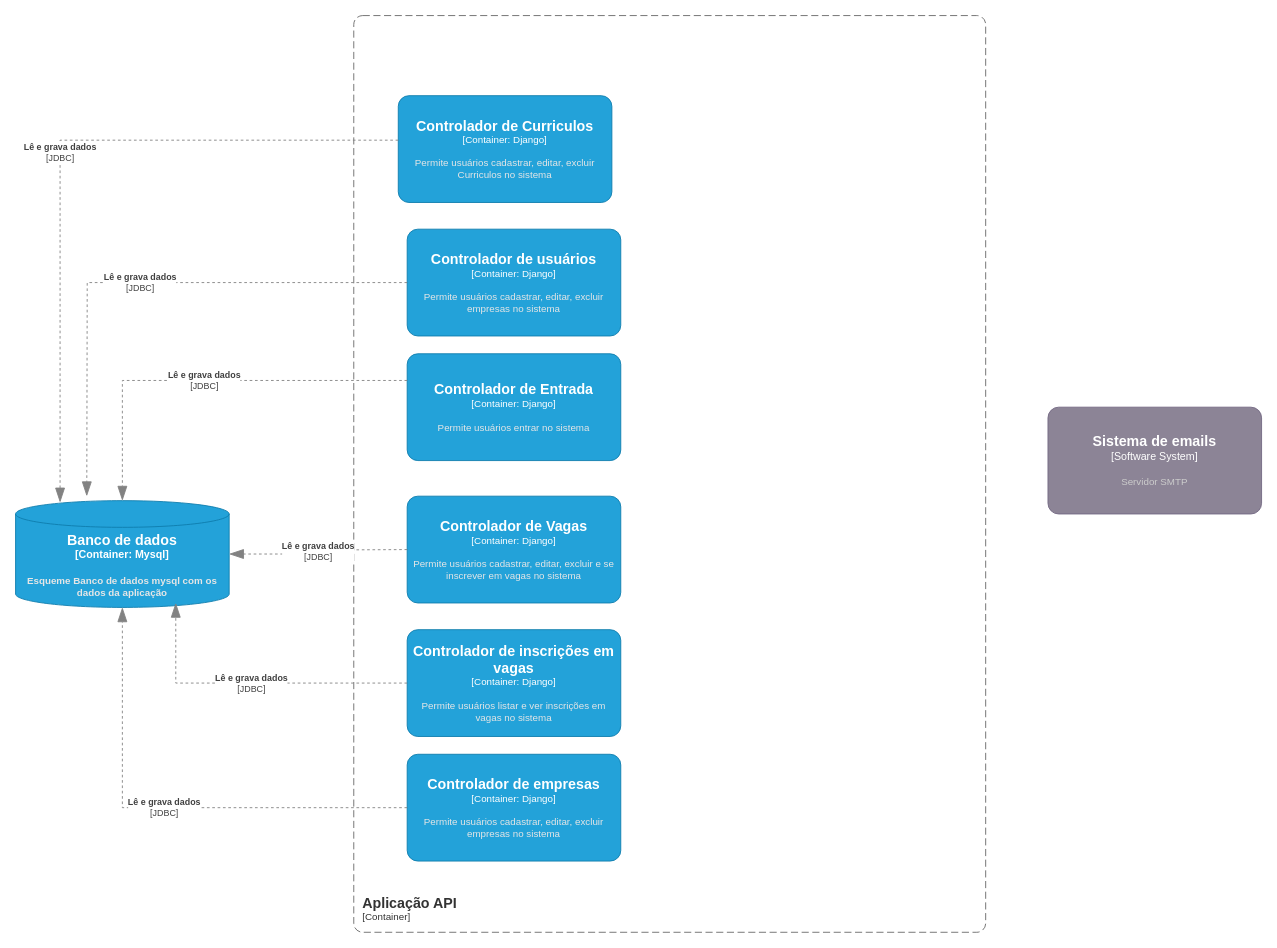
Above: page "C4_componente" (3 of 4) of Diagrama_Casos_De_uso/Diagrama sem nome.drawio in eribaru/erijobs (draw.io), before the change. Source tidied: cells renumbered, new cells numbered last; positions are measured from the earlier drawing's top-left corner, leaving out a move shared by most shapes. Both pictures are drawn from the tidied source at 89%, with x=0, y=0 at pixel (15, 15).
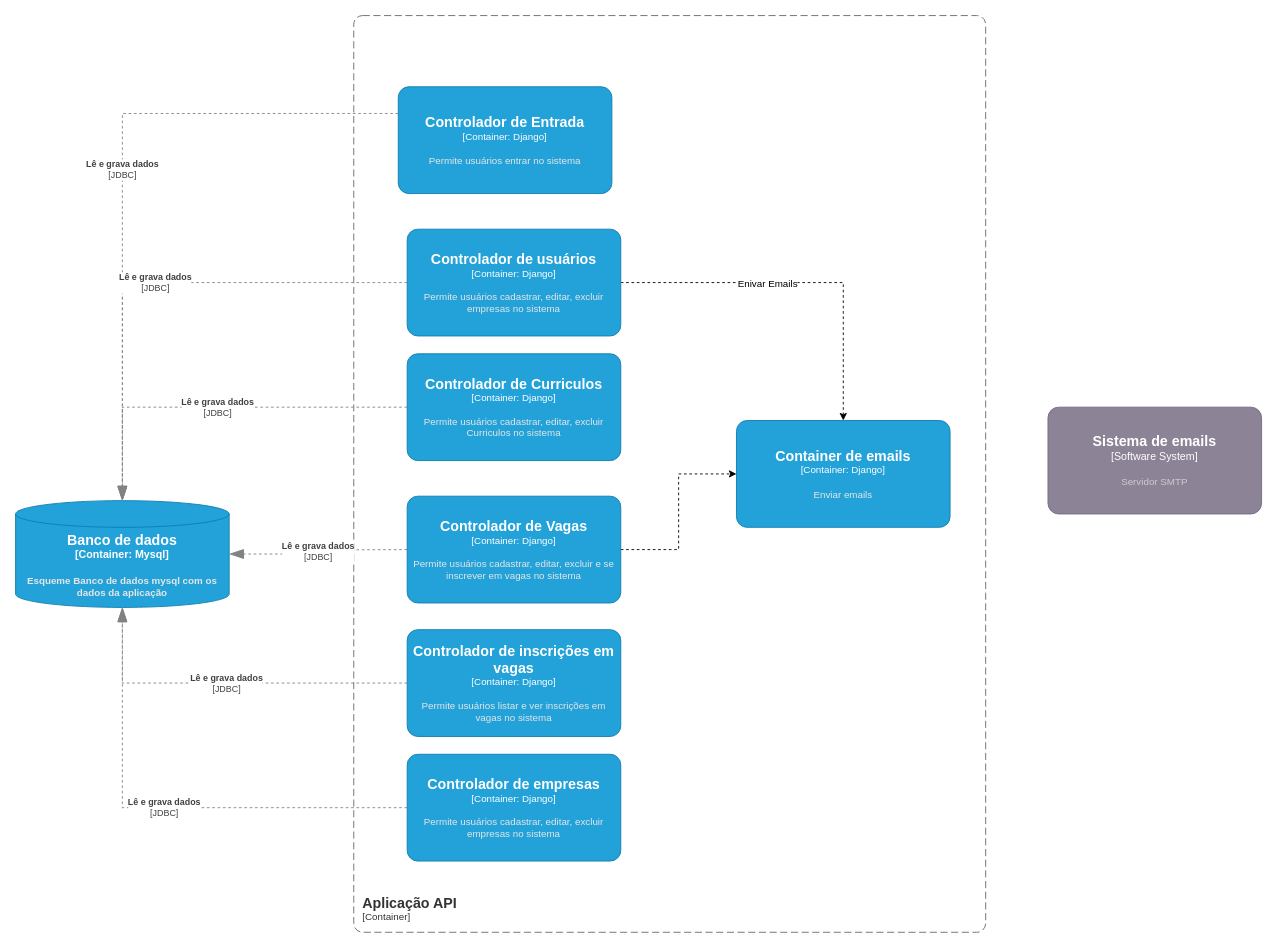
After the change.

Unchanged cells that the change refers to:
```xml
<object id="5" label="&lt;font style=&quot;font-size: 16px&quot;&gt;&lt;b&gt;%c4Name%&lt;/b&gt;&lt;/font&gt;&lt;div&gt;[%c4Type%: %c4Technology%]&lt;/div&gt;&lt;br&gt;&lt;div&gt;&lt;font style=&quot;font-size: 11px&quot;&gt;&lt;font color=&quot;#E6E6E6&quot;&gt;%c4Description%&lt;/font&gt;&lt;/div&gt;" c4Description="Permite usuários cadastrar, editar, excluir e se inscrever em vagas no sistema" c4Name="Controlador de Vagas" c4Technology="Django" c4Type="Container" placeholders="1">
  <mxCell style="rounded=1;whiteSpace=wrap;html=1;fontSize=11;labelBackgroundColor=none;fillColor=#23A2D9;fontColor=#ffffff;align=center;arcSize=10;strokeColor=#0E7DAD;points=[[0.25,0,0],[0.5,0,0],[0.75,0,0],[1,0.25,0],[1,0.5,0],[1,0.75,0],[0.75,1,0],[0.5,1,0],[0.25,1,0],[0,0.75,0],[0,0.5,0],[0,0.25,0]];shadow=0;glass=0;sketch=0;" parent="1" vertex="1">
    <mxGeometry x="440" y="540" width="240" height="120" as="geometry" />
  </mxCell>
</object>
<object id="7" label="&lt;font style=&quot;font-size: 16px&quot;&gt;&lt;b&gt;%c4Name%&lt;/b&gt;&lt;/font&gt;&lt;div&gt;[%c4Type%: %c4Technology%]&lt;/div&gt;&lt;br&gt;&lt;div&gt;&lt;font style=&quot;font-size: 11px&quot;&gt;&lt;font color=&quot;#E6E6E6&quot;&gt;%c4Description%&lt;/font&gt;&lt;/div&gt;" c4Description="Permite usuários cadastrar, editar, excluir empresas no sistema" c4Name="Controlador de empresas " c4Technology="Django" c4Type="Container" placeholders="1">
  <mxCell style="rounded=1;whiteSpace=wrap;html=1;fontSize=11;labelBackgroundColor=none;fillColor=#23A2D9;fontColor=#ffffff;align=center;arcSize=10;strokeColor=#0E7DAD;points=[[0.25,0,0],[0.5,0,0],[0.75,0,0],[1,0.25,0],[1,0.5,0],[1,0.75,0],[0.75,1,0],[0.5,1,0],[0.25,1,0],[0,0.75,0],[0,0.5,0],[0,0.25,0]];shadow=0;glass=0;sketch=0;" parent="1" vertex="1">
    <mxGeometry x="440" y="830" width="240" height="120" as="geometry" />
  </mxCell>
</object>
<object id="8" label="&lt;font style=&quot;font-size: 16px&quot;&gt;&lt;b&gt;%c4Name%&lt;/b&gt;&lt;/font&gt;&lt;div&gt;[%c4Type%: %c4Technology%]&lt;/div&gt;&lt;br&gt;&lt;div&gt;&lt;font style=&quot;font-size: 11px&quot;&gt;&lt;font color=&quot;#E6E6E6&quot;&gt;%c4Description%&lt;/font&gt;&lt;/div&gt;" c4Description="Permite usuários cadastrar, editar, excluir empresas no sistema" c4Name="Controlador de usuários" c4Technology="Django" c4Type="Container" placeholders="1">
  <mxCell style="rounded=1;whiteSpace=wrap;html=1;fontSize=11;labelBackgroundColor=none;fillColor=#23A2D9;fontColor=#ffffff;align=center;arcSize=10;strokeColor=#0E7DAD;points=[[0.25,0,0],[0.5,0,0],[0.75,0,0],[1,0.25,0],[1,0.5,0],[1,0.75,0],[0.75,1,0],[0.5,1,0],[0.25,1,0],[0,0.75,0],[0,0.5,0],[0,0.25,0]];shadow=0;glass=0;sketch=0;" parent="1" vertex="1">
    <mxGeometry x="440" y="240" width="240" height="120" as="geometry" />
  </mxCell>
</object>
<object id="9" label="&lt;font style=&quot;font-size: 16px&quot;&gt;&lt;b&gt;%c4Name%&lt;/b&gt;&lt;/font&gt;&lt;div&gt;[%c4Type%: %c4Technology%]&lt;/div&gt;&lt;br&gt;&lt;div&gt;&lt;font style=&quot;font-size: 11px&quot;&gt;&lt;font color=&quot;#E6E6E6&quot;&gt;%c4Description%&lt;/font&gt;&lt;/div&gt;" c4Description="Permite usuários listar e ver inscrições em vagas no sistema" c4Name="Controlador de inscrições em vagas" c4Technology="Django" c4Type="Container" placeholders="1">
  <mxCell style="rounded=1;whiteSpace=wrap;html=1;fontSize=11;labelBackgroundColor=none;fillColor=#23A2D9;fontColor=#ffffff;align=center;arcSize=10;strokeColor=#0E7DAD;points=[[0.25,0,0],[0.5,0,0],[0.75,0,0],[1,0.25,0],[1,0.5,0],[1,0.75,0],[0.75,1,0],[0.5,1,0],[0.25,1,0],[0,0.75,0],[0,0.5,0],[0,0.25,0]];shadow=0;glass=0;sketch=0;" parent="1" vertex="1">
    <mxGeometry x="440" y="690" width="240" height="120" as="geometry" />
  </mxCell>
</object>
<object id="10" label="&lt;font style=&quot;font-size: 16px&quot;&gt;&lt;b&gt;%c4Type%&lt;/font&gt;&lt;div&gt;[%c4Container%:&amp;nbsp;%c4Technology%]&lt;/div&gt;&lt;br&gt;&lt;div&gt;&lt;font style=&quot;font-size: 11px&quot;&gt;&lt;font color=&quot;#E6E6E6&quot;&gt;%c4Description%&lt;/font&gt;&lt;/div&gt;" c4Container="Container" c4Description="Esqueme Banco de dados mysql com os dados da aplicação" c4Technology="Mysql" c4Type="Banco de dados" placeholders="1">
  <mxCell style="shape=cylinder3;size=15;whiteSpace=wrap;html=1;boundedLbl=1;rounded=0;labelBackgroundColor=none;fillColor=#23A2D9;fontSize=12;fontColor=#ffffff;align=center;strokeColor=#0E7DAD;points=[[0.5,0,0],[1,0.25,0],[1,0.5,0],[1,0.75,0],[0.5,1,0],[0,0.75,0],[0,0.5,0],[0,0.25,0]];" parent="1" vertex="1">
    <mxGeometry y="545" width="240" height="120" as="geometry" />
  </mxCell>
</object>
```

The edit, as a diff of the source:
```diff
@@
     <object id="4" label="&lt;font style=&quot;font-size: 16px&quot;&gt;&lt;b&gt;%c4Name%&lt;/b&gt;&lt;/font&gt;&lt;div&gt;[%c4Type%: %c4Technology%]&lt;/div&gt;&lt;br&gt;&lt;div&gt;&lt;font style=&quot;font-size: 11px&quot;&gt;&lt;font color=&quot;#E6E6E6&quot;&gt;%c4Description%&lt;/font&gt;&lt;/div&gt;" c4Description="Permite usuários entrar no sistema" c4Name="Controlador de Entrada" c4Technology="Django" c4Type="Container" placeholders="1">
       <mxCell style="rounded=1;whiteSpace=wrap;html=1;fontSize=11;labelBackgroundColor=none;fillColor=#23A2D9;fontColor=#ffffff;align=center;arcSize=10;strokeColor=#0E7DAD;points=[[0.25,0,0],[0.5,0,0],[0.75,0,0],[1,0.25,0],[1,0.5,0],[1,0.75,0],[0.75,1,0],[0.5,1,0],[0.25,1,0],[0,0.75,0],[0,0.5,0],[0,0.25,0]];shadow=0;glass=0;sketch=0;" parent="1" vertex="1">
-        <mxGeometry x="440" y="380" width="240" height="120" as="geometry" />
+        <mxGeometry x="430" y="80" width="240" height="120" as="geometry" />
       </mxCell>
     </object>
+    <mxCell id="17" style="edgeStyle=orthogonalEdgeStyle;rounded=0;jettySize=auto;html=1;entryX=0;entryY=0.5;entryDx=0;entryDy=0;entryPerimeter=0;dashed=1;strokeColor=default;" parent="1" edge="1" source="5" target="20">
+      <mxGeometry relative="1" as="geometry" />
+    </mxCell>
@@
     <object id="6" label="&lt;font style=&quot;font-size: 16px&quot;&gt;&lt;b&gt;%c4Name%&lt;/b&gt;&lt;/font&gt;&lt;div&gt;[%c4Type%: %c4Technology%]&lt;/div&gt;&lt;br&gt;&lt;div&gt;&lt;font style=&quot;font-size: 11px&quot;&gt;&lt;font color=&quot;#E6E6E6&quot;&gt;%c4Description%&lt;/font&gt;&lt;/div&gt;" c4Description="Permite usuários cadastrar, editar, excluir Curriculos no sistema" c4Name="Controlador de Curriculos" c4Technology="Django" c4Type="Container" placeholders="1">
       <mxCell style="rounded=1;whiteSpace=wrap;html=1;fontSize=11;labelBackgroundColor=none;fillColor=#23A2D9;fontColor=#ffffff;align=center;arcSize=10;strokeColor=#0E7DAD;points=[[0.25,0,0],[0.5,0,0],[0.75,0,0],[1,0.25,0],[1,0.5,0],[1,0.75,0],[0.75,1,0],[0.5,1,0],[0.25,1,0],[0,0.75,0],[0,0.5,0],[0,0.25,0]];shadow=0;glass=0;sketch=0;" parent="1" vertex="1">
-        <mxGeometry x="430" y="90" width="240" height="120" as="geometry" />
+        <mxGeometry x="440" y="380" width="240" height="120" as="geometry" />
       </mxCell>
     </object>
@@
+    <mxCell id="18" style="edgeStyle=orthogonalEdgeStyle;rounded=0;jettySize=auto;html=1;dashed=1;strokeColor=default;" parent="1" edge="1" source="8" target="20">
+      <mxGeometry relative="1" as="geometry" />
+    </mxCell>
+    <mxCell id="19" value="Enivar Emails" style="edgeLabel;html=1;align=center;verticalAlign=middle;" parent="18" vertex="1">
+      <mxGeometry x="-0.19" relative="1" as="geometry">
+        <mxPoint y="1" as="offset" />
+      </mxGeometry>
+    </mxCell>
@@
     <object id="11" label="&lt;div style=&quot;text-align: left&quot;&gt;&lt;div style=&quot;text-align: center&quot;&gt;&lt;b&gt;%c4Description%&lt;/b&gt;&lt;/div&gt;&lt;div style=&quot;text-align: center&quot;&gt;[%c4Technology%]&lt;/div&gt;&lt;/div&gt;" c4Description="Lê e grava dados" c4Technology="JDBC" placeholders="1">
-      <mxCell style="endArrow=blockThin;html=1;fontSize=10;fontColor=#404040;strokeWidth=1;endFill=1;strokeColor=#828282;elbow=vertical;endSize=14;startSize=14;jumpStyle=arc;jumpSize=16;rounded=0;edgeStyle=orthogonalEdgeStyle;dashed=1;" parent="1" edge="1" source="6">
+      <mxCell style="endArrow=blockThin;html=1;fontSize=10;fontColor=#404040;strokeWidth=1;endFill=1;strokeColor=#828282;elbow=vertical;endSize=14;startSize=14;jumpStyle=arc;jumpSize=16;rounded=0;edgeStyle=orthogonalEdgeStyle;dashed=1;entryX=0.5;entryY=0;entryDx=0;entryDy=0;entryPerimeter=0;" parent="1" edge="1" source="6" target="10">
         <mxGeometry relative="1" as="geometry">
-          <mxPoint x="50" y="547" as="targetPoint" />
           <Array as="points">
-            <mxPoint x="50" y="140" />
-            <mxPoint x="50" y="547" />
+            <mxPoint x="120" y="440" />
           </Array>
         </mxGeometry>
       </mxCell>
     </object>
@@
     <object id="13" label="&lt;div style=&quot;text-align: left&quot;&gt;&lt;div style=&quot;text-align: center&quot;&gt;&lt;b&gt;%c4Description%&lt;/b&gt;&lt;/div&gt;&lt;div style=&quot;text-align: center&quot;&gt;[%c4Technology%]&lt;/div&gt;&lt;/div&gt;" c4Description="Lê e grava dados" c4Technology="JDBC" placeholders="1">
-      <mxCell style="endArrow=blockThin;html=1;fontSize=10;fontColor=#404040;strokeWidth=1;endFill=1;strokeColor=#828282;elbow=vertical;endSize=14;startSize=14;jumpStyle=arc;jumpSize=16;rounded=0;edgeStyle=orthogonalEdgeStyle;dashed=1;" parent="1" edge="1" source="8">
-        <mxGeometry relative="1" as="geometry">
-          <mxPoint x="80" y="540" as="targetPoint" />
-        </mxGeometry>
+      <mxCell style="endArrow=blockThin;html=1;fontSize=10;fontColor=#404040;strokeWidth=1;endFill=1;strokeColor=#828282;elbow=vertical;endSize=14;startSize=14;jumpStyle=arc;jumpSize=16;rounded=0;edgeStyle=orthogonalEdgeStyle;dashed=1;" parent="1" edge="1" source="8" target="10">
+        <mxGeometry relative="1" as="geometry" />
       </mxCell>
     </object>
     <object id="14" label="&lt;div style=&quot;text-align: left&quot;&gt;&lt;div style=&quot;text-align: center&quot;&gt;&lt;b&gt;%c4Description%&lt;/b&gt;&lt;/div&gt;&lt;div style=&quot;text-align: center&quot;&gt;[%c4Technology%]&lt;/div&gt;&lt;/div&gt;" c4Description="Lê e grava dados" c4Technology="JDBC" placeholders="1">
-      <mxCell style="endArrow=blockThin;html=1;fontSize=10;fontColor=#404040;strokeWidth=1;endFill=1;strokeColor=#828282;elbow=vertical;endSize=14;startSize=14;jumpStyle=arc;jumpSize=16;rounded=0;edgeStyle=orthogonalEdgeStyle;dashed=1;exitX=0;exitY=0.5;exitDx=0;exitDy=0;exitPerimeter=0;entryX=0.75;entryY=0.958;entryDx=0;entryDy=0;entryPerimeter=0;" parent="1" edge="1" source="9" target="10">
-        <mxGeometry relative="1" as="geometry" />
+      <mxCell style="endArrow=blockThin;html=1;fontSize=10;fontColor=#404040;strokeWidth=1;endFill=1;strokeColor=#828282;elbow=vertical;endSize=14;startSize=14;jumpStyle=arc;jumpSize=16;rounded=0;edgeStyle=orthogonalEdgeStyle;dashed=1;exitX=0;exitY=0.5;exitDx=0;exitDy=0;exitPerimeter=0;entryX=0.5;entryY=1;entryDx=0;entryDy=0;entryPerimeter=0;" parent="1" edge="1" source="9" target="10">
+        <mxGeometry relative="1" as="geometry">
+          <Array as="points">
+            <mxPoint x="120" y="750" />
+          </Array>
+        </mxGeometry>
       </mxCell>
     </object>
@@
     <object id="16" label="&lt;div style=&quot;text-align: left&quot;&gt;&lt;div style=&quot;text-align: center&quot;&gt;&lt;b&gt;%c4Description%&lt;/b&gt;&lt;/div&gt;&lt;div style=&quot;text-align: center&quot;&gt;[%c4Technology%]&lt;/div&gt;&lt;/div&gt;" c4Description="Lê e grava dados" c4Technology="JDBC" placeholders="1">
-      <mxCell style="endArrow=blockThin;html=1;fontSize=10;fontColor=#404040;strokeWidth=1;endFill=1;strokeColor=#828282;elbow=vertical;endSize=14;startSize=14;jumpStyle=arc;jumpSize=16;rounded=0;edgeStyle=orthogonalEdgeStyle;dashed=1;" parent="1" edge="1" source="7" target="10">
+      <mxCell style="endArrow=blockThin;html=1;fontSize=10;fontColor=#404040;strokeWidth=1;endFill=1;strokeColor=#828282;elbow=vertical;endSize=14;startSize=14;jumpStyle=arc;jumpSize=16;rounded=0;edgeStyle=orthogonalEdgeStyle;dashed=1;entryX=0.5;entryY=1;entryDx=0;entryDy=0;entryPerimeter=0;" parent="1" edge="1" source="7" target="10">
         <mxGeometry relative="1" as="geometry" />
       </mxCell>
     </object>
+    <object id="20" label="&lt;font style=&quot;font-size: 16px&quot;&gt;&lt;b&gt;%c4Name%&lt;/b&gt;&lt;/font&gt;&lt;div&gt;[%c4Type%: %c4Technology%]&lt;/div&gt;&lt;br&gt;&lt;div&gt;&lt;font style=&quot;font-size: 11px&quot;&gt;&lt;font color=&quot;#E6E6E6&quot;&gt;%c4Description%&lt;/font&gt;&lt;/div&gt;" c4Description="Enviar emails" c4Name="Container de emails" c4Technology="Django" c4Type="Container" placeholders="1">
+      <mxCell style="rounded=1;whiteSpace=wrap;html=1;fontSize=11;labelBackgroundColor=none;fillColor=#23A2D9;fontColor=#ffffff;align=center;arcSize=10;strokeColor=#0E7DAD;points=[[0.25,0,0],[0.5,0,0],[0.75,0,0],[1,0.25,0],[1,0.5,0],[1,0.75,0],[0.75,1,0],[0.5,1,0],[0.25,1,0],[0,0.75,0],[0,0.5,0],[0,0.25,0]];shadow=0;glass=0;sketch=0;" parent="1" vertex="1">
+        <mxGeometry x="810" y="455" width="240" height="120" as="geometry" />
+      </mxCell>
+    </object>
```
